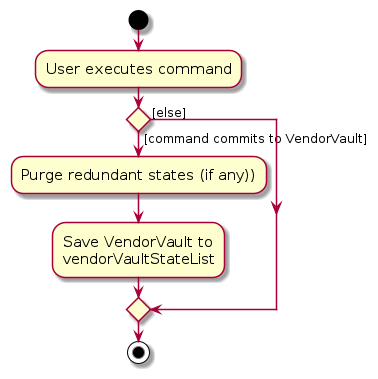
Earlier version of the PlantUML export diagrams/CommitActivityDiagram.png (jolenechong/tp). Its source is kept beside it as diagrams/CommitActivityDiagram.puml. The source it was exported from:
```plantuml
@startuml
skin rose
skinparam ActivityFontSize 15
skinparam ArrowFontSize 12
start
:User executes command;


if () then ([command commits to VendorVault])
    :Purge redundant states (if any));
    :Save VendorVault to
    vendorVaultStateList;
else ([else])
endif
stop
@enduml
```
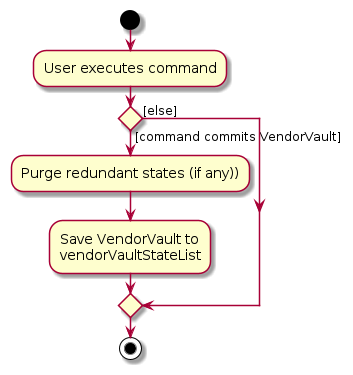
Above is the later version.

Change to the diagram source:
```diff
@@ -1,12 +1,12 @@
 @startuml
 skin rose
-skinparam ActivityFontSize 15
+skinparam ActivityFontSize 14
 skinparam ArrowFontSize 12
 start
 :User executes command;
 
 
-if () then ([command commits to VendorVault])
+if () then ([command commits VendorVault])
     :Purge redundant states (if any));
     :Save VendorVault to
     vendorVaultStateList;
```
